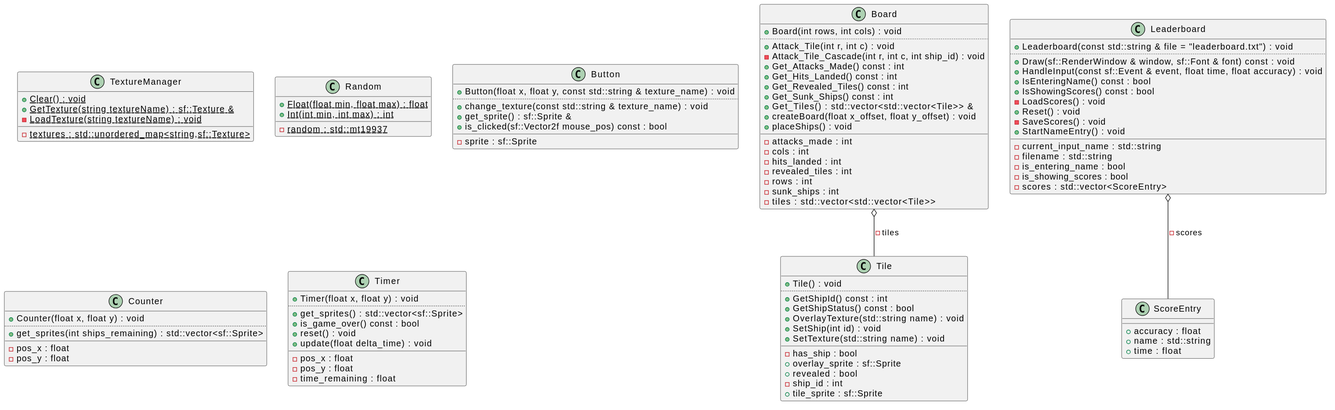
Before: diagrams/battleship-uml.svg, a diagram exported from PlantUML (jcooper-6/battleship-sfml).
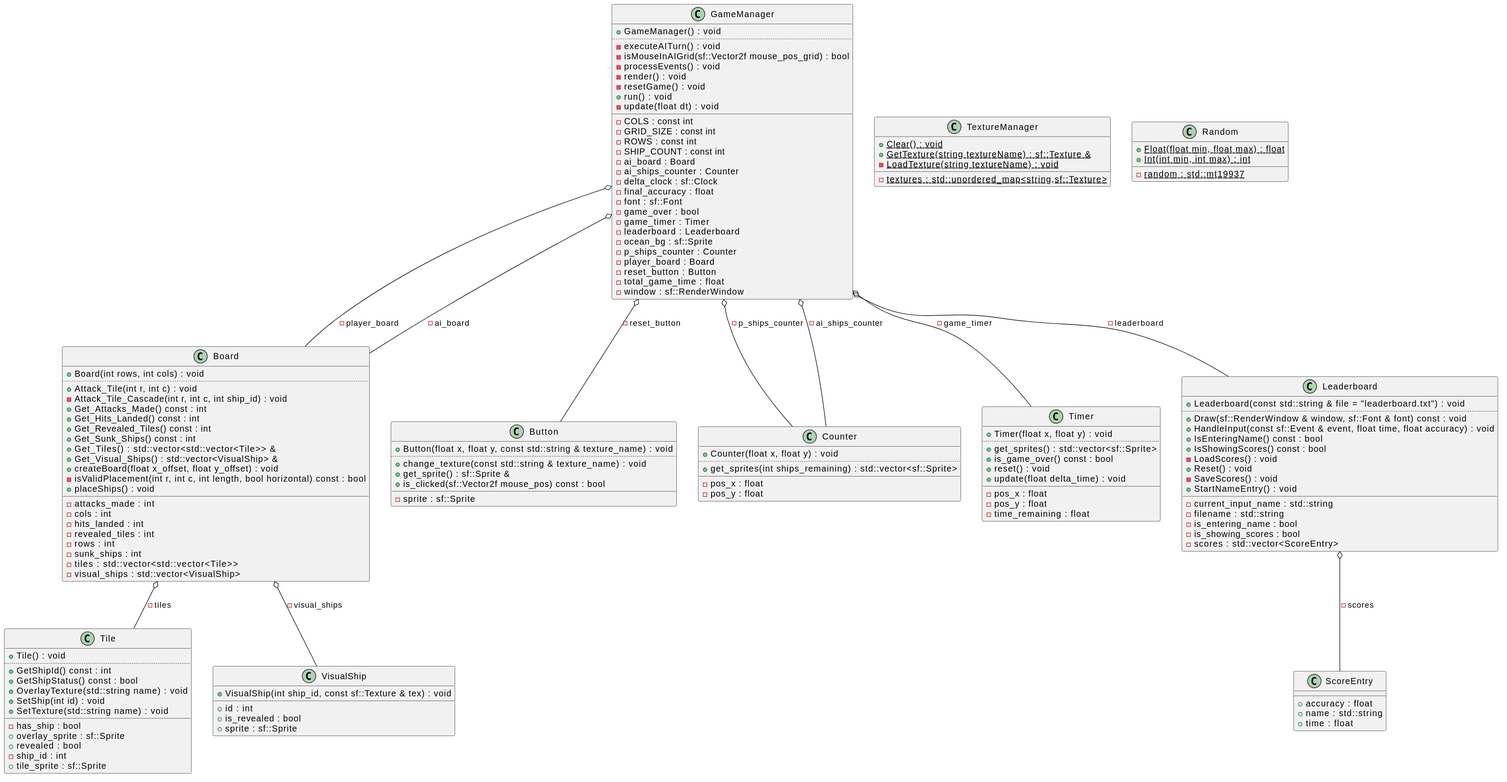
The same diagram one commit later.

Commit message:
Added GameManager class to clean up main, regenerated uml diagram

Diff of the diagram source:
```diff
@@ -15,6 +15,14 @@
 -ship_id : int
 +tile_sprite : sf::Sprite
 }
+class "VisualShip" as C_0012981370137985239891
+class C_0012981370137985239891 {
++VisualShip(int ship_id, const sf::Texture & tex) : void
+__
++id : int
++is_revealed : bool
++sprite : sf::Sprite
+}
 class "Board" as C_0010358599209595726571
 class C_0010358599209595726571 {
 +Board(int rows, int cols) : void
@@ -26,7 +34,9 @@
 +Get_Revealed_Tiles() const : int
 +Get_Sunk_Ships() const : int
 +Get_Tiles() : std::vector<std::vector<Tile>> &
++Get_Visual_Ships() : std::vector<VisualShip> &
 +createBoard(float x_offset, float y_offset) : void
+-isValidPlacement(int r, int c, int length, bool horizontal) const : bool
 +placeShips() : void
 __
 -attacks_made : int
@@ -36,6 +46,7 @@
 -rows : int
 -sunk_ships : int
 -tiles : std::vector<std::vector<Tile>>
+-visual_ships : std::vector<VisualShip>
 }
 class "TextureManager" as C_0013303839672782456171
 class C_0013303839672782456171 {
@@ -71,6 +82,19 @@
 -pos_x : float
 -pos_y : float
 }
+class "Timer" as C_0016540721780518084962
+class C_0016540721780518084962 {
++Timer(float x, float y) : void
+..
++get_sprites() : std::vector<sf::Sprite>
++is_game_over() const : bool
++reset() : void
++update(float delta_time) : void
+__
+-pos_x : float
+-pos_y : float
+-time_remaining : float
+}
 class "ScoreEntry" as C_0004388322207682371427
 class C_0004388322207682371427 {
 __
@@ -97,20 +121,46 @@
 -is_showing_scores : bool
 -scores : std::vector<ScoreEntry>
 }
-class "Timer" as C_0016540721780518084962
-class C_0016540721780518084962 {
-+Timer(float x, float y) : void
+class "GameManager" as C_0007274271151019855886
+class C_0007274271151019855886 {
++GameManager() : void
 ..
-+get_sprites() : std::vector<sf::Sprite>
-+is_game_over() const : bool
-+reset() : void
-+update(float delta_time) : void
+-executeAITurn() : void
+-isMouseInAIGrid(sf::Vector2f mouse_pos_grid) : bool
+-processEvents() : void
+-render() : void
+-resetGame() : void
++run() : void
+-update(float dt) : void
 __
--pos_x : float
--pos_y : float
--time_remaining : float
+-COLS : const int
+-GRID_SIZE : const int
+-ROWS : const int
+-SHIP_COUNT : const int
+-ai_board : Board
+-ai_ships_counter : Counter
+-delta_clock : sf::Clock
+-final_accuracy : float
+-font : sf::Font
+-game_over : bool
+-game_timer : Timer
+-leaderboard : Leaderboard
+-ocean_bg : sf::Sprite
+-p_ships_counter : Counter
+-player_board : Board
+-reset_button : Button
+-total_game_time : float
+-window : sf::RenderWindow
 }
 C_0010358599209595726571 o-- C_0005250804619194155145 : -tiles
+C_0010358599209595726571 o-- C_0012981370137985239891 : -visual_ships
 C_0009570138490440331692 o-- C_0004388322207682371427 : -scores
+C_0007274271151019855886 o-- C_0010358599209595726571 : -player_board
+C_0007274271151019855886 o-- C_0010358599209595726571 : -ai_board
+C_0007274271151019855886 o-- C_0016540721780518084962 : -game_timer
+C_0007274271151019855886 o-- C_0011320984242218861763 : -p_ships_counter
+C_0007274271151019855886 o-- C_0011320984242218861763 : -ai_ships_counter
+C_0007274271151019855886 o-- C_0000221405838615140689 : -reset_button
+C_0007274271151019855886 o-- C_0009570138490440331692 : -leaderboard
 
 @enduml
```
